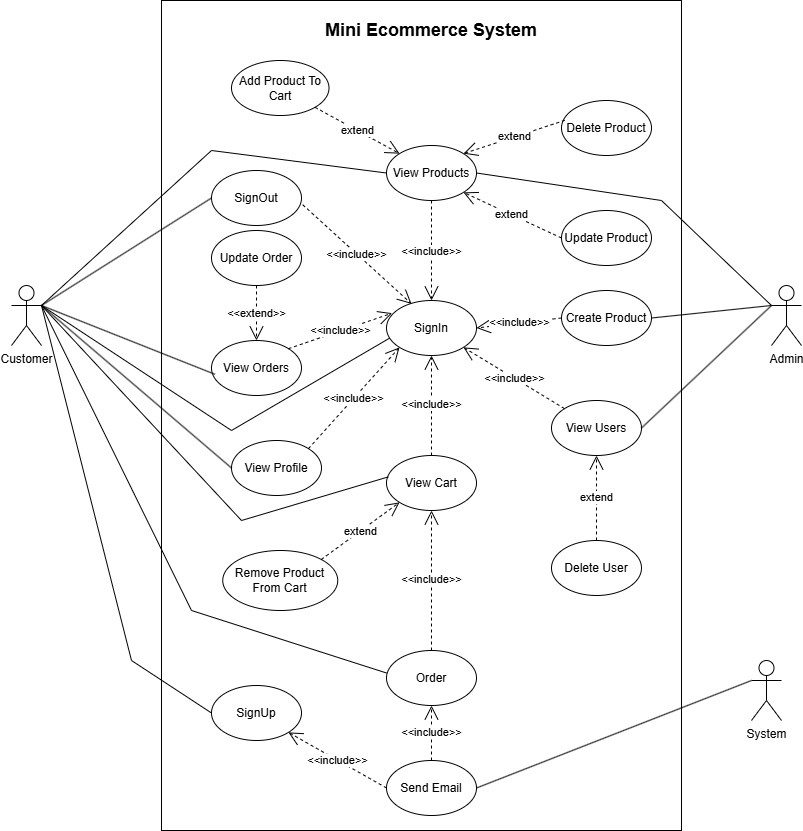
Above: docs/static/ecommerce_usecase.drawio.png in QuocAnh189/Mini_Ecommerce_Clean (draw.io), before the change. Source tidied: cells renumbered, new cells last; positions are measured from the earlier drawing's top-left corner, leaving out a move shared by most shapes. Source of this version:
```xml
<mxGraphModel>
  <root>
    <mxCell id="0" />
    <mxCell id="1" parent="0" />
    <mxCell id="2" style="rounded=0;whiteSpace=wrap;html=1;" parent="1" vertex="1">
      <mxGeometry x="150" width="520" height="830" as="geometry" />
    </mxCell>
    <mxCell id="3" value="Customer" style="shape=umlActor;verticalLabelPosition=bottom;verticalAlign=top;html=1;" parent="1" vertex="1">
      <mxGeometry y="285" width="30" height="60" as="geometry" />
    </mxCell>
    <mxCell id="4" value="Admin" style="shape=umlActor;verticalLabelPosition=bottom;verticalAlign=top;html=1;" parent="1" vertex="1">
      <mxGeometry x="760" y="285" width="30" height="60" as="geometry" />
    </mxCell>
    <mxCell id="5" value="System" style="shape=umlActor;verticalLabelPosition=bottom;verticalAlign=top;html=1;" parent="1" vertex="1">
      <mxGeometry x="740" y="660" width="30" height="60" as="geometry" />
    </mxCell>
    <mxCell id="6" value="Send Email" style="ellipse;whiteSpace=wrap;html=1;" parent="1" vertex="1">
      <mxGeometry x="375" y="760" width="90" height="55" as="geometry" />
    </mxCell>
    <mxCell id="7" value="SignIn" style="ellipse;whiteSpace=wrap;html=1;" parent="1" vertex="1">
      <mxGeometry x="375" y="300" width="90" height="55" as="geometry" />
    </mxCell>
    <mxCell id="8" value="SignOut" style="ellipse;whiteSpace=wrap;html=1;" parent="1" vertex="1">
      <mxGeometry x="200" y="170" width="90" height="55" as="geometry" />
    </mxCell>
    <mxCell id="9" value="SignUp" style="ellipse;whiteSpace=wrap;html=1;" parent="1" vertex="1">
      <mxGeometry x="200" y="685" width="90" height="55" as="geometry" />
    </mxCell>
    <mxCell id="10" value="&lt;b&gt;&lt;font style=&quot;font-size: 18px;&quot;&gt;Mini Ecommerce System&lt;/font&gt;&lt;/b&gt;" style="text;html=1;align=center;verticalAlign=middle;whiteSpace=wrap;rounded=0;" parent="1" vertex="1">
      <mxGeometry x="270" y="20" width="300" height="20" as="geometry" />
    </mxCell>
    <mxCell id="11" value="Add Product To Cart" style="ellipse;whiteSpace=wrap;html=1;" parent="1" vertex="1">
      <mxGeometry x="220" y="60" width="97.5" height="55" as="geometry" />
    </mxCell>
    <mxCell id="12" value="Order" style="ellipse;whiteSpace=wrap;html=1;" parent="1" vertex="1">
      <mxGeometry x="375" y="650" width="90" height="55" as="geometry" />
    </mxCell>
    <mxCell id="13" value="View Orders" style="ellipse;whiteSpace=wrap;html=1;" parent="1" vertex="1">
      <mxGeometry x="200" y="340" width="90" height="55" as="geometry" />
    </mxCell>
    <mxCell id="14" value="View Products" style="ellipse;whiteSpace=wrap;html=1;" parent="1" vertex="1">
      <mxGeometry x="375" y="145" width="90" height="55" as="geometry" />
    </mxCell>
    <mxCell id="15" value="View Cart" style="ellipse;whiteSpace=wrap;html=1;" parent="1" vertex="1">
      <mxGeometry x="375" y="455" width="90" height="55" as="geometry" />
    </mxCell>
    <mxCell id="16" value="Remove Product From Cart" style="ellipse;whiteSpace=wrap;html=1;" parent="1" vertex="1">
      <mxGeometry x="211.2" y="550" width="115" height="60" as="geometry" />
    </mxCell>
    <mxCell id="17" value="View Profile" style="ellipse;whiteSpace=wrap;html=1;" parent="1" vertex="1">
      <mxGeometry x="220" y="440" width="90" height="55" as="geometry" />
    </mxCell>
    <mxCell id="18" value="Create Product" style="ellipse;whiteSpace=wrap;html=1;" parent="1" vertex="1">
      <mxGeometry x="550" y="290" width="90" height="55" as="geometry" />
    </mxCell>
    <mxCell id="19" value="Update Product" style="ellipse;whiteSpace=wrap;html=1;" parent="1" vertex="1">
      <mxGeometry x="550" y="210" width="90" height="55" as="geometry" />
    </mxCell>
    <mxCell id="20" value="Delete Product" style="ellipse;whiteSpace=wrap;html=1;" parent="1" vertex="1">
      <mxGeometry x="550" y="100" width="90" height="55" as="geometry" />
    </mxCell>
    <mxCell id="21" value="View Users" style="ellipse;whiteSpace=wrap;html=1;" parent="1" vertex="1">
      <mxGeometry x="540" y="400" width="90" height="55" as="geometry" />
    </mxCell>
    <mxCell id="22" value="Delete User" style="ellipse;whiteSpace=wrap;html=1;" parent="1" vertex="1">
      <mxGeometry x="540" y="540" width="90" height="55" as="geometry" />
    </mxCell>
    <mxCell id="23" value="&amp;lt;&amp;lt;include&amp;gt;&amp;gt;" style="endArrow=open;endSize=12;dashed=1;html=1;rounded=0;entryX=0.5;entryY=1;entryDx=0;entryDy=0;exitX=0.5;exitY=0;exitDx=0;exitDy=0;" parent="1" edge="1" source="15" target="7">
      <mxGeometry relative="1" as="geometry" />
    </mxCell>
    <mxCell id="24" value="&amp;lt;&amp;lt;include&amp;gt;&amp;gt;" style="endArrow=open;endSize=12;dashed=1;html=1;rounded=0;entryX=1;entryY=0.5;entryDx=0;entryDy=0;exitX=0;exitY=0.5;exitDx=0;exitDy=0;" parent="1" edge="1" source="18" target="7">
      <mxGeometry relative="1" as="geometry" />
    </mxCell>
    <mxCell id="25" value="&amp;lt;&amp;lt;include&amp;gt;&amp;gt;" style="endArrow=open;endSize=12;dashed=1;html=1;rounded=0;entryX=1;entryY=1;entryDx=0;entryDy=0;exitX=0;exitY=0;exitDx=0;exitDy=0;" parent="1" edge="1" source="21" target="7">
      <mxGeometry relative="1" as="geometry" />
    </mxCell>
    <mxCell id="26" value="&amp;lt;&amp;lt;include&amp;gt;&amp;gt;" style="endArrow=open;endSize=12;dashed=1;html=1;rounded=0;exitX=0.5;exitY=0;exitDx=0;exitDy=0;entryX=0.5;entryY=1;entryDx=0;entryDy=0;" parent="1" edge="1" source="12" target="15">
      <mxGeometry relative="1" as="geometry" />
    </mxCell>
    <mxCell id="27" value="&amp;lt;&amp;lt;include&amp;gt;&amp;gt;" style="endArrow=open;endSize=12;dashed=1;html=1;rounded=0;exitX=0;exitY=0.5;exitDx=0;exitDy=0;entryX=1;entryY=1;entryDx=0;entryDy=0;" parent="1" edge="1" source="6" target="9">
      <mxGeometry relative="1" as="geometry" />
    </mxCell>
    <mxCell id="28" value="&amp;lt;&amp;lt;include&amp;gt;&amp;gt;" style="endArrow=open;endSize=12;dashed=1;html=1;rounded=0;exitX=0.5;exitY=0;exitDx=0;exitDy=0;entryX=0.5;entryY=1;entryDx=0;entryDy=0;" parent="1" edge="1" source="6" target="12">
      <mxGeometry relative="1" as="geometry" />
    </mxCell>
    <mxCell id="29" value="&amp;lt;&amp;lt;extend&amp;gt;&amp;gt;" style="endArrow=open;endSize=12;dashed=1;html=1;rounded=0;exitX=0.5;exitY=1;exitDx=0;exitDy=0;entryX=0.5;entryY=0;entryDx=0;entryDy=0;" parent="1" edge="1" source="30" target="13">
      <mxGeometry relative="1" as="geometry" />
    </mxCell>
    <mxCell id="30" value="Update Order" style="ellipse;whiteSpace=wrap;html=1;" parent="1" vertex="1">
      <mxGeometry x="200" y="230" width="90" height="55" as="geometry" />
    </mxCell>
    <mxCell id="31" value="&amp;lt;&amp;lt;include&amp;gt;&amp;gt;" style="endArrow=open;endSize=12;dashed=1;html=1;rounded=0;entryX=0.5;entryY=0;entryDx=0;entryDy=0;exitX=0.5;exitY=1;exitDx=0;exitDy=0;" parent="1" edge="1" source="14" target="7">
      <mxGeometry relative="1" as="geometry" />
    </mxCell>
    <mxCell id="32" value="&amp;lt;&amp;lt;include&amp;gt;&amp;gt;" style="endArrow=open;endSize=12;dashed=1;html=1;rounded=0;entryX=0.278;entryY=0.061;entryDx=0;entryDy=0;exitX=1.013;exitY=0.622;exitDx=0;exitDy=0;exitPerimeter=0;entryPerimeter=0;" parent="1" edge="1" source="8" target="7">
      <mxGeometry relative="1" as="geometry" />
    </mxCell>
    <mxCell id="33" value="&amp;lt;&amp;lt;include&amp;gt;&amp;gt;" style="endArrow=open;endSize=12;dashed=1;html=1;rounded=0;exitX=1;exitY=0;exitDx=0;exitDy=0;entryX=0.063;entryY=0.23;entryDx=0;entryDy=0;entryPerimeter=0;" parent="1" edge="1" source="13" target="7">
      <mxGeometry relative="1" as="geometry" />
    </mxCell>
    <mxCell id="34" value="extend" style="endArrow=open;endSize=12;dashed=1;html=1;rounded=0;entryX=0.5;entryY=1;entryDx=0;entryDy=0;" parent="1" edge="1" source="22" target="21">
      <mxGeometry relative="1" as="geometry" />
    </mxCell>
    <mxCell id="35" value="extend" style="endArrow=open;endSize=12;dashed=1;html=1;rounded=0;entryX=1;entryY=0;entryDx=0;entryDy=0;exitX=0.037;exitY=0.361;exitDx=0;exitDy=0;exitPerimeter=0;" parent="1" edge="1" source="20" target="14">
      <mxGeometry relative="1" as="geometry" />
    </mxCell>
    <mxCell id="36" value="extend" style="endArrow=open;endSize=12;dashed=1;html=1;rounded=0;entryX=1;entryY=1;entryDx=0;entryDy=0;exitX=0;exitY=0.5;exitDx=0;exitDy=0;" parent="1" edge="1" source="19" target="14">
      <mxGeometry relative="1" as="geometry" />
    </mxCell>
    <mxCell id="37" value="&amp;lt;&amp;lt;include&amp;gt;&amp;gt;" style="endArrow=open;endSize=12;dashed=1;html=1;rounded=0;exitX=1;exitY=0;exitDx=0;exitDy=0;entryX=0;entryY=1;entryDx=0;entryDy=0;" parent="1" edge="1" source="17" target="7">
      <mxGeometry relative="1" as="geometry" />
    </mxCell>
    <mxCell id="38" value="extend" style="endArrow=open;endSize=12;dashed=1;html=1;rounded=0;entryX=0;entryY=0;entryDx=0;entryDy=0;exitX=1;exitY=1;exitDx=0;exitDy=0;" parent="1" edge="1" source="11" target="14">
      <mxGeometry relative="1" as="geometry" />
    </mxCell>
    <mxCell id="39" value="extend" style="endArrow=open;endSize=12;dashed=1;html=1;rounded=0;entryX=0;entryY=1;entryDx=0;entryDy=0;exitX=1;exitY=0;exitDx=0;exitDy=0;" parent="1" edge="1" source="16" target="15">
      <mxGeometry relative="1" as="geometry" />
    </mxCell>
    <mxCell id="40" style="endArrow=none;html=1;rounded=0;entryX=0;entryY=0.5;entryDx=0;entryDy=0;exitX=1;exitY=0.3333333333333333;exitDx=0;exitDy=0;exitPerimeter=0;" parent="1" edge="1" source="3" target="8">
      <mxGeometry relative="1" as="geometry" />
    </mxCell>
    <mxCell id="41" style="endArrow=none;html=1;rounded=0;entryX=0.037;entryY=0.614;entryDx=0;entryDy=0;exitX=1;exitY=0.3333333333333333;exitDx=0;exitDy=0;exitPerimeter=0;entryPerimeter=0;" parent="1" edge="1" source="3" target="13">
      <mxGeometry relative="1" as="geometry" />
    </mxCell>
    <mxCell id="42" style="endArrow=none;html=1;rounded=0;entryX=0;entryY=0.5;entryDx=0;entryDy=0;exitX=1;exitY=0.3333333333333333;exitDx=0;exitDy=0;exitPerimeter=0;" parent="1" edge="1" source="3" target="17">
      <mxGeometry relative="1" as="geometry" />
    </mxCell>
    <mxCell id="43" style="endArrow=none;html=1;rounded=0;entryX=0.02;entryY=0.389;entryDx=0;entryDy=0;exitX=1;exitY=0.3333333333333333;exitDx=0;exitDy=0;exitPerimeter=0;entryPerimeter=0;" parent="1" edge="1" source="3" target="15">
      <mxGeometry relative="1" as="geometry">
        <Array as="points">
          <mxPoint x="230" y="520" />
        </Array>
      </mxGeometry>
    </mxCell>
    <mxCell id="44" style="endArrow=none;html=1;rounded=0;entryX=0.034;entryY=0.685;entryDx=0;entryDy=0;exitX=1;exitY=0.3333333333333333;exitDx=0;exitDy=0;exitPerimeter=0;entryPerimeter=0;" parent="1" edge="1" source="3" target="7">
      <mxGeometry relative="1" as="geometry">
        <Array as="points">
          <mxPoint x="220" y="430" />
        </Array>
      </mxGeometry>
    </mxCell>
    <mxCell id="45" style="endArrow=none;html=1;rounded=0;entryX=0;entryY=0.5;entryDx=0;entryDy=0;exitX=1;exitY=0.3333333333333333;exitDx=0;exitDy=0;exitPerimeter=0;" parent="1" edge="1" source="3">
      <mxGeometry relative="1" as="geometry">
        <mxPoint x="375" y="672.5" as="targetPoint" />
        <Array as="points">
          <mxPoint x="180" y="610" />
        </Array>
      </mxGeometry>
    </mxCell>
    <mxCell id="46" style="endArrow=none;html=1;rounded=0;entryX=0;entryY=0.5;entryDx=0;entryDy=0;exitX=1;exitY=0.3333333333333333;exitDx=0;exitDy=0;exitPerimeter=0;" parent="1" edge="1" source="3" target="9">
      <mxGeometry relative="1" as="geometry">
        <Array as="points">
          <mxPoint x="120" y="660" />
        </Array>
      </mxGeometry>
    </mxCell>
    <mxCell id="47" style="endArrow=none;html=1;rounded=0;entryX=1;entryY=0.5;entryDx=0;entryDy=0;exitX=0;exitY=0.3333333333333333;exitDx=0;exitDy=0;exitPerimeter=0;" parent="1" edge="1" source="5" target="6">
      <mxGeometry relative="1" as="geometry" />
    </mxCell>
    <mxCell id="48" style="endArrow=none;html=1;rounded=0;entryX=0;entryY=0.5;entryDx=0;entryDy=0;exitX=1;exitY=0.3333333333333333;exitDx=0;exitDy=0;exitPerimeter=0;" parent="1" edge="1" source="3" target="14">
      <mxGeometry relative="1" as="geometry">
        <Array as="points">
          <mxPoint x="200" y="150" />
        </Array>
      </mxGeometry>
    </mxCell>
    <mxCell id="49" style="endArrow=none;html=1;rounded=0;entryX=1;entryY=0.5;entryDx=0;entryDy=0;exitX=0;exitY=0.3333333333333333;exitDx=0;exitDy=0;exitPerimeter=0;" parent="1" edge="1" source="4" target="14">
      <mxGeometry relative="1" as="geometry">
        <Array as="points">
          <mxPoint x="650" y="200" />
        </Array>
      </mxGeometry>
    </mxCell>
    <mxCell id="50" style="endArrow=none;html=1;rounded=0;entryX=1;entryY=0.5;entryDx=0;entryDy=0;exitX=0;exitY=0.3333333333333333;exitDx=0;exitDy=0;exitPerimeter=0;" parent="1" edge="1" source="4" target="18">
      <mxGeometry relative="1" as="geometry" />
    </mxCell>
    <mxCell id="51" style="endArrow=none;html=1;rounded=0;entryX=1;entryY=0.5;entryDx=0;entryDy=0;exitX=0;exitY=0.3333333333333333;exitDx=0;exitDy=0;exitPerimeter=0;" parent="1" edge="1" source="4" target="21">
      <mxGeometry relative="1" as="geometry" />
    </mxCell>
  </root>
</mxGraphModel>
```
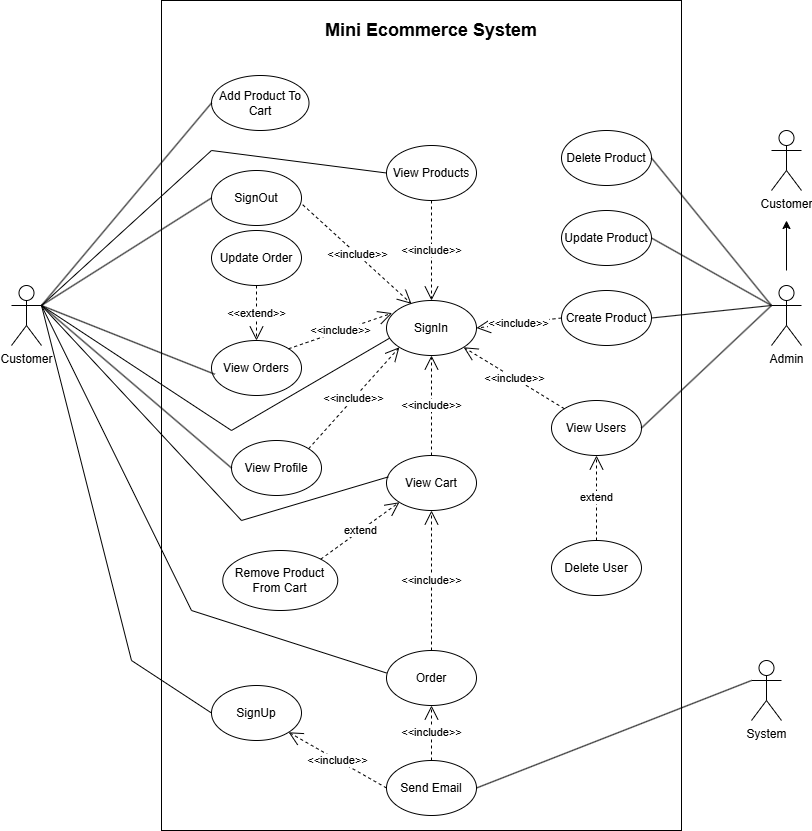
The same file after the commit.

Diff of the diagram source:
```diff
@@ -30,7 +30,7 @@
       <mxGeometry x="270" y="20" width="300" height="20" as="geometry" />
     </mxCell>
     <mxCell id="11" value="Add Product To Cart" style="ellipse;whiteSpace=wrap;html=1;" parent="1" vertex="1">
-      <mxGeometry x="220" y="60" width="97.5" height="55" as="geometry" />
+      <mxGeometry x="200" y="75" width="97.5" height="55" as="geometry" />
     </mxCell>
     <mxCell id="12" value="Order" style="ellipse;whiteSpace=wrap;html=1;" parent="1" vertex="1">
       <mxGeometry x="375" y="650" width="90" height="55" as="geometry" />
@@ -57,7 +57,7 @@
       <mxGeometry x="550" y="210" width="90" height="55" as="geometry" />
     </mxCell>
     <mxCell id="20" value="Delete Product" style="ellipse;whiteSpace=wrap;html=1;" parent="1" vertex="1">
-      <mxGeometry x="550" y="100" width="90" height="55" as="geometry" />
+      <mxGeometry x="550" y="130" width="90" height="55" as="geometry" />
     </mxCell>
     <mxCell id="21" value="View Users" style="ellipse;whiteSpace=wrap;html=1;" parent="1" vertex="1">
       <mxGeometry x="540" y="400" width="90" height="55" as="geometry" />
@@ -101,18 +101,9 @@
     <mxCell id="34" value="extend" style="endArrow=open;endSize=12;dashed=1;html=1;rounded=0;entryX=0.5;entryY=1;entryDx=0;entryDy=0;" parent="1" edge="1" source="22" target="21">
       <mxGeometry relative="1" as="geometry" />
     </mxCell>
-    <mxCell id="35" value="extend" style="endArrow=open;endSize=12;dashed=1;html=1;rounded=0;entryX=1;entryY=0;entryDx=0;entryDy=0;exitX=0.037;exitY=0.361;exitDx=0;exitDy=0;exitPerimeter=0;" parent="1" edge="1" source="20" target="14">
-      <mxGeometry relative="1" as="geometry" />
-    </mxCell>
-    <mxCell id="36" value="extend" style="endArrow=open;endSize=12;dashed=1;html=1;rounded=0;entryX=1;entryY=1;entryDx=0;entryDy=0;exitX=0;exitY=0.5;exitDx=0;exitDy=0;" parent="1" edge="1" source="19" target="14">
-      <mxGeometry relative="1" as="geometry" />
-    </mxCell>
     <mxCell id="37" value="&amp;lt;&amp;lt;include&amp;gt;&amp;gt;" style="endArrow=open;endSize=12;dashed=1;html=1;rounded=0;exitX=1;exitY=0;exitDx=0;exitDy=0;entryX=0;entryY=1;entryDx=0;entryDy=0;" parent="1" edge="1" source="17" target="7">
       <mxGeometry relative="1" as="geometry" />
     </mxCell>
-    <mxCell id="38" value="extend" style="endArrow=open;endSize=12;dashed=1;html=1;rounded=0;entryX=0;entryY=0;entryDx=0;entryDy=0;exitX=1;exitY=1;exitDx=0;exitDy=0;" parent="1" edge="1" source="11" target="14">
-      <mxGeometry relative="1" as="geometry" />
-    </mxCell>
     <mxCell id="39" value="extend" style="endArrow=open;endSize=12;dashed=1;html=1;rounded=0;entryX=0;entryY=1;entryDx=0;entryDy=0;exitX=1;exitY=0;exitDx=0;exitDy=0;" parent="1" edge="1" source="16" target="15">
       <mxGeometry relative="1" as="geometry" />
     </mxCell>
@@ -164,18 +155,29 @@
         </Array>
       </mxGeometry>
     </mxCell>
-    <mxCell id="49" style="endArrow=none;html=1;rounded=0;entryX=1;entryY=0.5;entryDx=0;entryDy=0;exitX=0;exitY=0.3333333333333333;exitDx=0;exitDy=0;exitPerimeter=0;" parent="1" edge="1" source="4" target="14">
-      <mxGeometry relative="1" as="geometry">
-        <Array as="points">
-          <mxPoint x="650" y="200" />
-        </Array>
-      </mxGeometry>
-    </mxCell>
     <mxCell id="50" style="endArrow=none;html=1;rounded=0;entryX=1;entryY=0.5;entryDx=0;entryDy=0;exitX=0;exitY=0.3333333333333333;exitDx=0;exitDy=0;exitPerimeter=0;" parent="1" edge="1" source="4" target="18">
       <mxGeometry relative="1" as="geometry" />
     </mxCell>
     <mxCell id="51" style="endArrow=none;html=1;rounded=0;entryX=1;entryY=0.5;entryDx=0;entryDy=0;exitX=0;exitY=0.3333333333333333;exitDx=0;exitDy=0;exitPerimeter=0;" parent="1" edge="1" source="4" target="21">
       <mxGeometry relative="1" as="geometry" />
     </mxCell>
+    <mxCell id="52" style="endArrow=none;html=1;rounded=0;entryX=1;entryY=0.5;entryDx=0;entryDy=0;exitX=0;exitY=0.3333333333333333;exitDx=0;exitDy=0;exitPerimeter=0;" parent="1" edge="1" source="4" target="20">
+      <mxGeometry relative="1" as="geometry" />
+    </mxCell>
+    <mxCell id="53" style="endArrow=none;html=1;rounded=0;entryX=1;entryY=0.5;entryDx=0;entryDy=0;exitX=0;exitY=0.3333333333333333;exitDx=0;exitDy=0;exitPerimeter=0;" parent="1" edge="1" source="4" target="19">
+      <mxGeometry relative="1" as="geometry" />
+    </mxCell>
+    <mxCell id="54" value="Customer" style="shape=umlActor;verticalLabelPosition=bottom;verticalAlign=top;html=1;" parent="1" vertex="1">
+      <mxGeometry x="760" y="130" width="30" height="60" as="geometry" />
+    </mxCell>
+    <mxCell id="55" style="endArrow=none;html=1;rounded=0;entryX=0;entryY=0.5;entryDx=0;entryDy=0;exitX=1;exitY=0.3333333333333333;exitDx=0;exitDy=0;exitPerimeter=0;" parent="1" edge="1" source="3" target="11">
+      <mxGeometry relative="1" as="geometry" />
+    </mxCell>
+    <mxCell id="56" style="endArrow=classic;html=1;rounded=0;" parent="1" edge="1">
+      <mxGeometry relative="1" as="geometry">
+        <mxPoint x="775" y="270" as="sourcePoint" />
+        <mxPoint x="775" y="220" as="targetPoint" />
+      </mxGeometry>
+    </mxCell>
   </root>
 </mxGraphModel>
```
